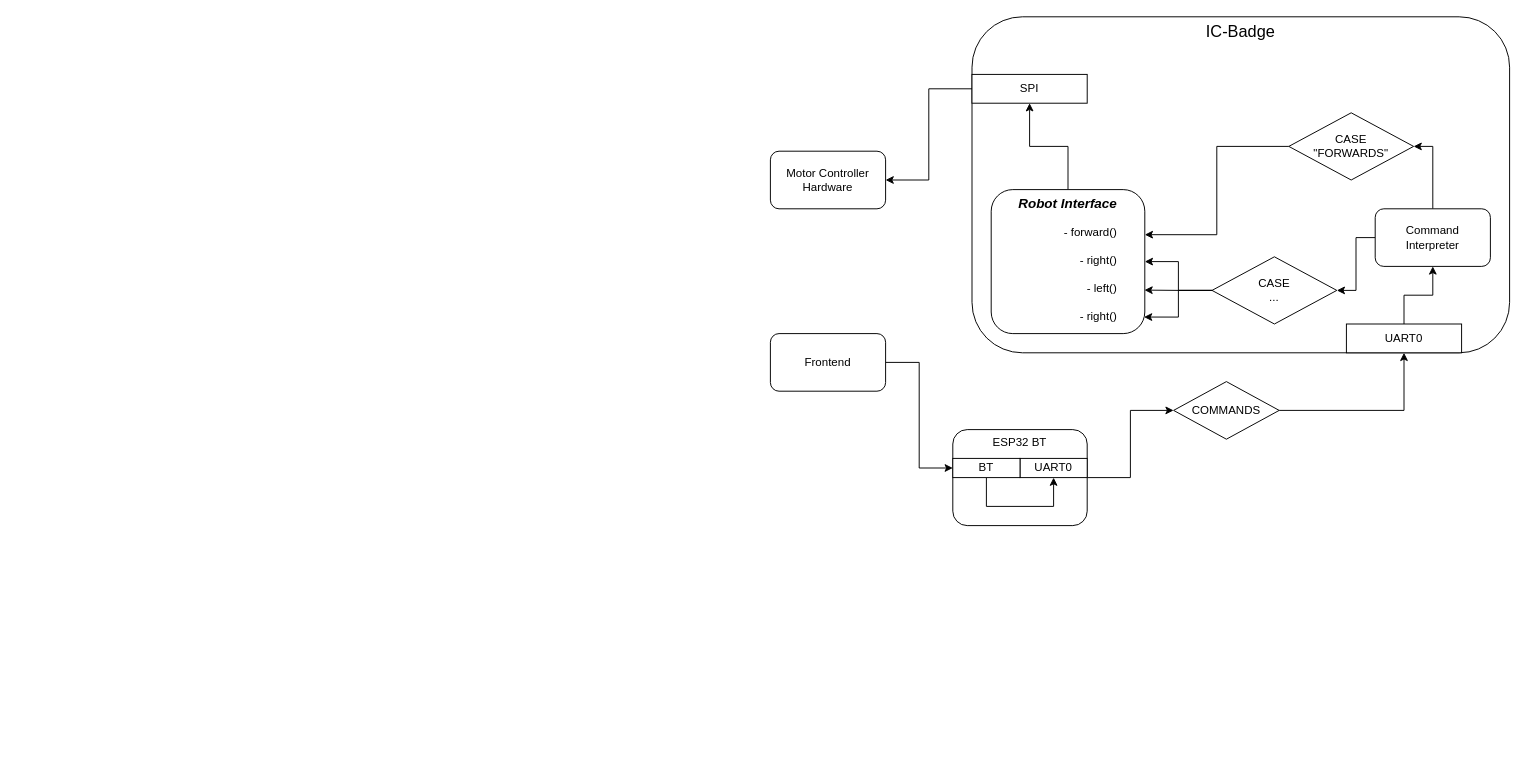
Before: keycard/KeycardStateDiagram.drawio in edu-rob/edu-rob-hw, a draw.io diagram. Source tidied: cells renumbered, new cells numbered last; positions are measured from the earlier drawing's top-left corner, leaving out a move shared by most shapes. Both pictures are drawn from the tidied source at 96%, with x=0, y=0 at pixel (770, 16).
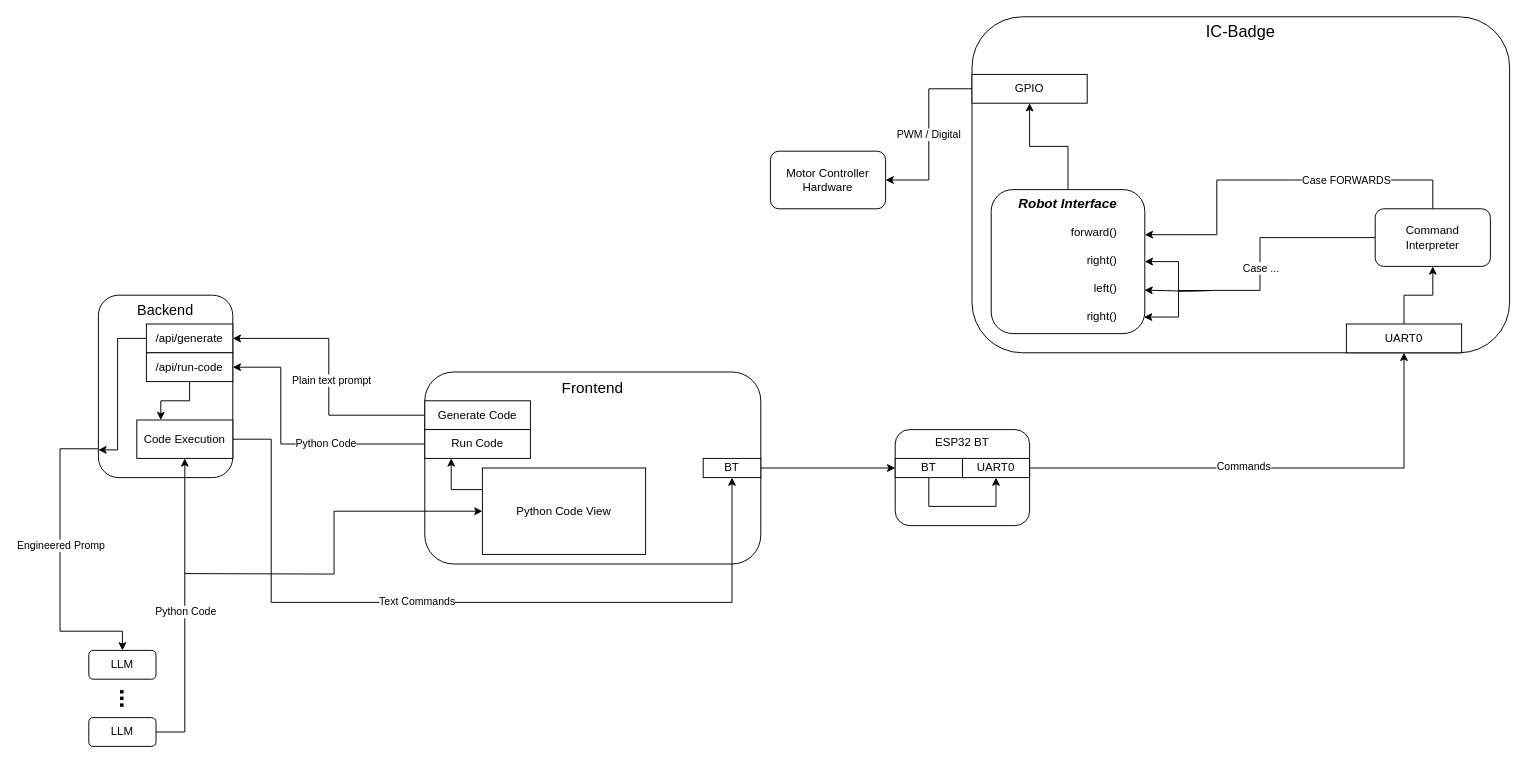
After the change.

Unchanged cells that the change refers to:
```xml
<mxCell id="9" value="Command&lt;div&gt;Interpreter&lt;/div&gt;" style="rounded=1;whiteSpace=wrap;html=1;" parent="1" vertex="1">
  <mxGeometry x="630" y="200" width="120" height="60" as="geometry" />
</mxCell>
<mxCell id="18" value="Motor Controller&lt;div&gt;Hardware&lt;/div&gt;" style="rounded=1;whiteSpace=wrap;html=1;" parent="1" vertex="1">
  <mxGeometry y="140" width="120" height="60" as="geometry" />
</mxCell>
<mxCell id="22" value="UART0" style="rounded=0;whiteSpace=wrap;html=1;" parent="1" vertex="1">
  <mxGeometry x="600" y="320" width="120" height="30" as="geometry" />
</mxCell>
```

What changed in the source:
```diff
@@
-    <mxCell id="3" style="edgeStyle=orthogonalEdgeStyle;rounded=0;jettySize=auto;html=1;" parent="1" edge="1" source="4" target="6">
-      <mxGeometry relative="1" as="geometry" />
-    </mxCell>
     <mxCell id="4" value="ESP32 BT" style="rounded=1;whiteSpace=wrap;html=1;verticalAlign=top;" parent="1" vertex="1">
-      <mxGeometry x="190" y="430" width="140" height="100" as="geometry" />
+      <mxGeometry x="130" y="430" width="140" height="100" as="geometry" />
     </mxCell>
-    <mxCell id="5" style="edgeStyle=orthogonalEdgeStyle;rounded=0;jettySize=auto;html=1;entryX=0.5;entryY=1;entryDx=0;entryDy=0;exitX=1;exitY=0.5;exitDx=0;exitDy=0;" parent="1" edge="1" source="6" target="22">
-      <mxGeometry relative="1" as="geometry">
-        <Array as="points">
-          <mxPoint x="660" y="410" />
-        </Array>
-      </mxGeometry>
-    </mxCell>
-    <mxCell id="6" value="COMMANDS" style="rhombus;whiteSpace=wrap;html=1;" parent="1" vertex="1">
-      <mxGeometry x="420" y="380" width="110" height="60" as="geometry" />
-    </mxCell>
-    <mxCell id="7" style="edgeStyle=orthogonalEdgeStyle;rounded=0;jettySize=auto;html=1;entryX=1;entryY=0.5;entryDx=0;entryDy=0;" parent="1" edge="1" source="9" target="13">
-      <mxGeometry relative="1" as="geometry" />
+    <mxCell id="7" style="edgeStyle=orthogonalEdgeStyle;rounded=0;jettySize=auto;html=1;endArrow=none;startFill=0;" parent="1" edge="1" source="9">
+      <mxGeometry relative="1" as="geometry">
+        <mxPoint x="540" y="170" as="targetPoint" />
+        <Array as="points">
+          <mxPoint x="690" y="170" />
+          <mxPoint x="540" y="170" />
+        </Array>
+      </mxGeometry>
     </mxCell>
+    <mxCell id="28" value="Case FORWARDS" style="edgeLabel;html=1;align=center;verticalAlign=middle;" parent="7" vertex="1">
+      <mxGeometry x="0.21" relative="1" as="geometry">
+        <mxPoint x="-12" as="offset" />
+      </mxGeometry>
+    </mxCell>
-    <mxCell id="8" style="edgeStyle=orthogonalEdgeStyle;rounded=0;jettySize=auto;html=1;entryX=1;entryY=0.5;entryDx=0;entryDy=0;" parent="1" edge="1" source="9" target="15">
-      <mxGeometry relative="1" as="geometry" />
+    <mxCell id="8" style="edgeStyle=orthogonalEdgeStyle;rounded=0;jettySize=auto;html=1;endArrow=none;startFill=0;" parent="1" edge="1" source="9">
+      <mxGeometry relative="1" as="geometry">
+        <mxPoint x="460" y="285" as="targetPoint" />
+        <Array as="points">
+          <mxPoint x="510" y="230" />
+          <mxPoint x="510" y="285" />
+        </Array>
+      </mxGeometry>
     </mxCell>
+    <mxCell id="29" value="Case ..." style="edgeLabel;html=1;align=center;verticalAlign=middle;" parent="8" vertex="1">
+      <mxGeometry x="0.34" relative="1" as="geometry" />
+    </mxCell>
@@
-    <mxCell id="11" value="&lt;b&gt;&lt;i&gt;&lt;font style=&quot;font-size: 14px;&quot;&gt;Robot Interface&lt;/font&gt;&lt;/i&gt;&lt;/b&gt;&lt;div&gt;&lt;br&gt;&lt;/div&gt;&lt;div style=&quot;text-align: right;&quot;&gt;- forward()&lt;/div&gt;&lt;div style=&quot;text-align: right;&quot;&gt;&lt;br&gt;&lt;/div&gt;&lt;div style=&quot;text-align: right;&quot;&gt;- right()&lt;/div&gt;&lt;div style=&quot;text-align: right;&quot;&gt;&lt;br&gt;&lt;/div&gt;&lt;div style=&quot;text-align: right;&quot;&gt;- left()&lt;/div&gt;&lt;div style=&quot;text-align: right;&quot;&gt;&lt;br&gt;&lt;/div&gt;&lt;div style=&quot;text-align: right;&quot;&gt;- right()&lt;/div&gt;" style="rounded=1;whiteSpace=wrap;html=1;verticalAlign=top;" parent="1" vertex="1">
+    <mxCell id="11" value="&lt;b&gt;&lt;i&gt;&lt;font style=&quot;font-size: 14px;&quot;&gt;Robot Interface&lt;/font&gt;&lt;/i&gt;&lt;/b&gt;&lt;div&gt;&lt;br&gt;&lt;/div&gt;&lt;div style=&quot;text-align: right;&quot;&gt;forward()&lt;/div&gt;&lt;div style=&quot;text-align: right;&quot;&gt;&lt;br&gt;&lt;/div&gt;&lt;div style=&quot;text-align: right;&quot;&gt;right()&lt;/div&gt;&lt;div style=&quot;text-align: right;&quot;&gt;&lt;br&gt;&lt;/div&gt;&lt;div style=&quot;text-align: right;&quot;&gt;left()&lt;/div&gt;&lt;div style=&quot;text-align: right;&quot;&gt;&lt;br&gt;&lt;/div&gt;&lt;div style=&quot;text-align: right;&quot;&gt;right()&lt;/div&gt;" style="rounded=1;whiteSpace=wrap;html=1;verticalAlign=top;" parent="1" vertex="1">
       <mxGeometry x="230" y="180" width="160" height="150" as="geometry" />
     </mxCell>
-    <mxCell id="12" style="edgeStyle=orthogonalEdgeStyle;rounded=0;jettySize=auto;html=1;entryX=1;entryY=0.313;entryDx=0;entryDy=0;entryPerimeter=0;" parent="1" edge="1" source="13" target="11">
-      <mxGeometry relative="1" as="geometry" />
+    <mxCell id="12" style="edgeStyle=orthogonalEdgeStyle;rounded=0;jettySize=auto;html=1;entryX=1;entryY=0.313;entryDx=0;entryDy=0;entryPerimeter=0;" parent="1" edge="1" target="11">
+      <mxGeometry relative="1" as="geometry">
+        <mxPoint x="540" y="170" as="sourcePoint" />
+        <Array as="points">
+          <mxPoint x="540" y="170" />
+          <mxPoint x="465" y="170" />
+          <mxPoint x="465" y="227" />
+        </Array>
+      </mxGeometry>
     </mxCell>
-    <mxCell id="13" value="CASE&lt;div&gt;&quot;FORWARDS&quot;&lt;/div&gt;" style="rhombus;whiteSpace=wrap;html=1;" parent="1" vertex="1">
-      <mxGeometry x="540" y="100" width="130" height="70" as="geometry" />
-    </mxCell>
-    <mxCell id="14" style="edgeStyle=orthogonalEdgeStyle;rounded=0;jettySize=auto;html=1;entryX=1;entryY=0.5;entryDx=0;entryDy=0;" parent="1" edge="1" source="15" target="11">
-      <mxGeometry relative="1" as="geometry" />
+    <mxCell id="14" style="edgeStyle=orthogonalEdgeStyle;rounded=0;jettySize=auto;html=1;entryX=1;entryY=0.5;entryDx=0;entryDy=0;" parent="1" edge="1" target="11">
+      <mxGeometry relative="1" as="geometry">
+        <mxPoint x="460.1" y="285.1" as="sourcePoint" />
+      </mxGeometry>
     </mxCell>
-    <mxCell id="15" value="CASE&lt;div&gt;...&lt;/div&gt;" style="rhombus;whiteSpace=wrap;html=1;" parent="1" vertex="1">
-      <mxGeometry x="460" y="250" width="130" height="70" as="geometry" />
-    </mxCell>
-    <mxCell id="16" style="edgeStyle=orthogonalEdgeStyle;rounded=0;jettySize=auto;html=1;entryX=0.998;entryY=0.698;entryDx=0;entryDy=0;entryPerimeter=0;" parent="1" edge="1" source="15" target="11">
-      <mxGeometry relative="1" as="geometry" />
+    <mxCell id="16" style="edgeStyle=orthogonalEdgeStyle;rounded=0;jettySize=auto;html=1;entryX=0.998;entryY=0.698;entryDx=0;entryDy=0;entryPerimeter=0;" parent="1" edge="1" target="11">
+      <mxGeometry relative="1" as="geometry">
+        <mxPoint x="460.1" y="285.1" as="sourcePoint" />
+      </mxGeometry>
     </mxCell>
-    <mxCell id="17" style="edgeStyle=orthogonalEdgeStyle;rounded=0;jettySize=auto;html=1;entryX=0.995;entryY=0.885;entryDx=0;entryDy=0;entryPerimeter=0;" parent="1" edge="1" source="15" target="11">
-      <mxGeometry relative="1" as="geometry" />
+    <mxCell id="17" style="edgeStyle=orthogonalEdgeStyle;rounded=0;jettySize=auto;html=1;entryX=0.995;entryY=0.885;entryDx=0;entryDy=0;entryPerimeter=0;" parent="1" edge="1" target="11">
+      <mxGeometry relative="1" as="geometry">
+        <mxPoint x="460.1" y="285.1" as="sourcePoint" />
+      </mxGeometry>
     </mxCell>
@@
-    <mxCell id="19" style="edgeStyle=orthogonalEdgeStyle;rounded=0;jettySize=auto;html=1;entryX=1;entryY=0.5;entryDx=0;entryDy=0;" parent="1" edge="1" source="20" target="18">
+    <mxCell id="19" value="PWM / Digital" style="edgeStyle=orthogonalEdgeStyle;rounded=0;jettySize=auto;html=1;entryX=1;entryY=0.5;entryDx=0;entryDy=0;" parent="1" edge="1" source="20" target="18">
       <mxGeometry relative="1" as="geometry" />
     </mxCell>
-    <mxCell id="20" value="SPI" style="rounded=0;whiteSpace=wrap;html=1;" parent="1" vertex="1">
+    <mxCell id="20" value="GPIO" style="rounded=0;whiteSpace=wrap;html=1;" parent="1" vertex="1">
       <mxGeometry x="210" y="60" width="120" height="30" as="geometry" />
     </mxCell>
@@
+    <mxCell id="30" style="edgeStyle=orthogonalEdgeStyle;rounded=0;jettySize=auto;html=1;exitX=1;exitY=0.5;exitDx=0;exitDy=0;entryX=0.5;entryY=1;entryDx=0;entryDy=0;" parent="1" edge="1" source="23" target="22">
+      <mxGeometry relative="1" as="geometry" />
+    </mxCell>
+    <mxCell id="31" value="Commands" style="edgeLabel;html=1;align=center;verticalAlign=middle;" parent="30" vertex="1">
+      <mxGeometry x="-0.13" y="2" relative="1" as="geometry" />
+    </mxCell>
     <mxCell id="23" value="UART0" style="rounded=0;whiteSpace=wrap;html=1;" parent="1" vertex="1">
-      <mxGeometry x="260" y="460" width="70" height="20" as="geometry" />
+      <mxGeometry x="200" y="460" width="70" height="20" as="geometry" />
     </mxCell>
     <mxCell id="24" style="edgeStyle=orthogonalEdgeStyle;rounded=0;jettySize=auto;html=1;entryX=0.5;entryY=1;entryDx=0;entryDy=0;" parent="1" edge="1" source="25" target="23">
       <mxGeometry relative="1" as="geometry">
         <Array as="points">
-          <mxPoint x="225" y="510" />
-          <mxPoint x="295" y="510" />
+          <mxPoint x="165" y="510" />
+          <mxPoint x="235" y="510" />
         </Array>
       </mxGeometry>
     </mxCell>
     <mxCell id="25" value="BT" style="rounded=0;whiteSpace=wrap;html=1;" parent="1" vertex="1">
-      <mxGeometry x="190" y="460" width="70" height="20" as="geometry" />
+      <mxGeometry x="130" y="460" width="70" height="20" as="geometry" />
     </mxCell>
@@
+    <mxCell id="32" style="edgeStyle=orthogonalEdgeStyle;rounded=0;jettySize=auto;html=1;exitX=0;exitY=0.5;exitDx=0;exitDy=0;entryX=1;entryY=0.5;entryDx=0;entryDy=0;" parent="1" edge="1" source="39" target="51">
+      <mxGeometry relative="1" as="geometry" />
+    </mxCell>
+    <mxCell id="33" value="Plain text prompt" style="edgeLabel;html=1;align=center;verticalAlign=middle;" parent="32" vertex="1">
+      <mxGeometry x="-0.18" y="-2" relative="1" as="geometry">
+        <mxPoint y="-22" as="offset" />
+      </mxGeometry>
+    </mxCell>
-    <mxCell id="27" value="Frontend" style="rounded=1;whiteSpace=wrap;html=1;" parent="1" vertex="1">
-      <mxGeometry y="330" width="120" height="60" as="geometry" />
+    <mxCell id="27" value="Frontend" style="rounded=1;whiteSpace=wrap;html=1;verticalAlign=top;fontSize=16;" parent="1" vertex="1">
+      <mxGeometry x="-360" y="370" width="350" height="200" as="geometry" />
     </mxCell>
+    <mxCell id="34" style="edgeStyle=orthogonalEdgeStyle;rounded=0;jettySize=auto;html=1;exitX=0;exitY=0.25;exitDx=0;exitDy=0;entryX=0.25;entryY=1;entryDx=0;entryDy=0;" parent="1" edge="1" source="35" target="50">
+      <mxGeometry relative="1" as="geometry" />
+    </mxCell>
+    <mxCell id="35" value="Python Code View" style="rounded=0;whiteSpace=wrap;html=1;" parent="1" vertex="1">
+      <mxGeometry x="-300" y="470" width="170" height="90" as="geometry" />
+    </mxCell>
+    <mxCell id="36" style="edgeStyle=orthogonalEdgeStyle;rounded=0;jettySize=auto;html=1;entryX=0.5;entryY=0;entryDx=0;entryDy=0;" parent="1" edge="1" source="38" target="43">
+      <mxGeometry relative="1" as="geometry">
+        <Array as="points">
+          <mxPoint x="-740" y="450" />
+          <mxPoint x="-740" y="640" />
+        </Array>
+      </mxGeometry>
+    </mxCell>
+    <mxCell id="37" value="Engineered Promp" style="edgeLabel;html=1;align=center;verticalAlign=middle;" parent="36" vertex="1">
+      <mxGeometry x="-0.54" y="-1" relative="1" as="geometry">
+        <mxPoint x="1" y="68" as="offset" />
+      </mxGeometry>
+    </mxCell>
+    <mxCell id="38" value="Backend" style="rounded=1;whiteSpace=wrap;html=1;verticalAlign=top;fontSize=15;" parent="1" vertex="1">
+      <mxGeometry x="-700" y="290" width="140" height="190" as="geometry" />
+    </mxCell>
+    <mxCell id="39" value="Generate Code" style="rounded=0;whiteSpace=wrap;html=1;" parent="1" vertex="1">
+      <mxGeometry x="-360" y="400" width="110" height="30" as="geometry" />
+    </mxCell>
+    <mxCell id="40" value="BT" style="rounded=0;whiteSpace=wrap;html=1;" parent="1" vertex="1">
+      <mxGeometry x="-70" y="460" width="60" height="20" as="geometry" />
+    </mxCell>
+    <mxCell id="41" style="edgeStyle=orthogonalEdgeStyle;rounded=0;jettySize=auto;html=1;entryX=0.5;entryY=1;entryDx=0;entryDy=0;exitX=1;exitY=0.5;exitDx=0;exitDy=0;" parent="1" edge="1" source="56" target="46">
+      <mxGeometry relative="1" as="geometry">
+        <Array as="points">
+          <mxPoint x="-610" y="745" />
+        </Array>
+      </mxGeometry>
+    </mxCell>
+    <mxCell id="42" value="Python Code" style="edgeLabel;html=1;align=center;verticalAlign=middle;" parent="41" vertex="1">
+      <mxGeometry x="0.2" y="2" relative="1" as="geometry">
+        <mxPoint x="2" y="33" as="offset" />
+      </mxGeometry>
+    </mxCell>
+    <mxCell id="43" value="LLM" style="rounded=1;whiteSpace=wrap;html=1;" parent="1" vertex="1">
+      <mxGeometry x="-710" y="660" width="70" height="30" as="geometry" />
+    </mxCell>
+    <mxCell id="44" style="edgeStyle=orthogonalEdgeStyle;rounded=0;jettySize=auto;html=1;entryX=0.5;entryY=1;entryDx=0;entryDy=0;" parent="1" edge="1" source="46" target="40">
+      <mxGeometry relative="1" as="geometry">
+        <Array as="points">
+          <mxPoint x="-520" y="440" />
+          <mxPoint x="-520" y="610" />
+          <mxPoint x="-40" y="610" />
+        </Array>
+      </mxGeometry>
+    </mxCell>
+    <mxCell id="45" value="Text Commands" style="edgeLabel;html=1;align=center;verticalAlign=middle;" parent="44" vertex="1">
+      <mxGeometry x="-0.12" y="2" relative="1" as="geometry" />
+    </mxCell>
+    <mxCell id="46" value="Code Execution" style="rounded=0;whiteSpace=wrap;html=1;" parent="1" vertex="1">
+      <mxGeometry x="-660" y="420" width="100" height="40" as="geometry" />
+    </mxCell>
+    <mxCell id="47" style="edgeStyle=orthogonalEdgeStyle;jettySize=auto;html=1;rounded=0;entryX=0;entryY=0.5;entryDx=0;entryDy=0;" parent="1" edge="1" target="35">
+      <mxGeometry relative="1" as="geometry">
+        <mxPoint x="-610" y="580" as="sourcePoint" />
+      </mxGeometry>
+    </mxCell>
+    <mxCell id="48" style="edgeStyle=orthogonalEdgeStyle;rounded=0;jettySize=auto;html=1;entryX=1;entryY=0.5;entryDx=0;entryDy=0;" parent="1" edge="1" source="50" target="54">
+      <mxGeometry relative="1" as="geometry">
+        <Array as="points">
+          <mxPoint x="-510" y="445" />
+          <mxPoint x="-510" y="365" />
+        </Array>
+      </mxGeometry>
+    </mxCell>
+    <mxCell id="49" value="Python Code" style="edgeLabel;html=1;align=center;verticalAlign=middle;" parent="48" vertex="1">
+      <mxGeometry x="-0.26" y="-1" relative="1" as="geometry" />
+    </mxCell>
+    <mxCell id="50" value="Run Code" style="rounded=0;whiteSpace=wrap;html=1;" parent="1" vertex="1">
+      <mxGeometry x="-360" y="430" width="110" height="30" as="geometry" />
+    </mxCell>
+    <mxCell id="51" value="/api/generate" style="whiteSpace=wrap;html=1;" parent="1" vertex="1">
+      <mxGeometry x="-650" y="320" width="90" height="30" as="geometry" />
+    </mxCell>
+    <mxCell id="52" style="edgeStyle=orthogonalEdgeStyle;rounded=0;jettySize=auto;html=1;entryX=0;entryY=0.848;entryDx=0;entryDy=0;entryPerimeter=0;" parent="1" edge="1" source="51" target="38">
+      <mxGeometry relative="1" as="geometry">
+        <Array as="points">
+          <mxPoint x="-680" y="335" />
+          <mxPoint x="-680" y="451" />
+        </Array>
+      </mxGeometry>
+    </mxCell>
+    <mxCell id="53" style="edgeStyle=orthogonalEdgeStyle;rounded=0;jettySize=auto;html=1;entryX=0.25;entryY=0;entryDx=0;entryDy=0;" parent="1" edge="1" source="54" target="46">
+      <mxGeometry relative="1" as="geometry" />
+    </mxCell>
+    <mxCell id="54" value="/api/run-code" style="whiteSpace=wrap;html=1;" parent="1" vertex="1">
+      <mxGeometry x="-650" y="350" width="90" height="30" as="geometry" />
+    </mxCell>
+    <mxCell id="55" value="&lt;font style=&quot;font-size: 25px;&quot;&gt;&lt;b style=&quot;&quot;&gt;...&lt;/b&gt;&lt;/font&gt;" style="text;html=1;align=center;verticalAlign=middle;strokeColor=none;fillColor=none;rotation=90;" parent="1" vertex="1">
+      <mxGeometry x="-687" y="690" width="40" height="40" as="geometry" />
+    </mxCell>
+    <mxCell id="56" value="LLM" style="rounded=1;whiteSpace=wrap;html=1;" parent="1" vertex="1">
+      <mxGeometry x="-710" y="730" width="70" height="30" as="geometry" />
+    </mxCell>
```
